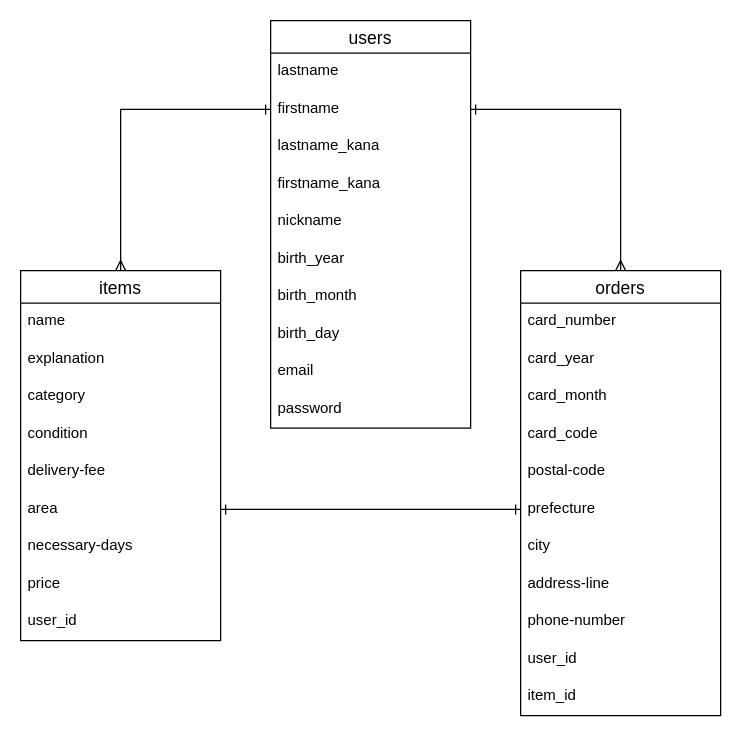
Above: ER.dio in masaki511/furima-31545 (draw.io), before the change. Source tidied: cells renumbered, new cells numbered last; positions are measured from the earlier drawing's top-left corner, leaving out a move shared by most shapes. Both pictures are drawn from the tidied source at 125%, with x=0, y=0 at pixel (20, 20).
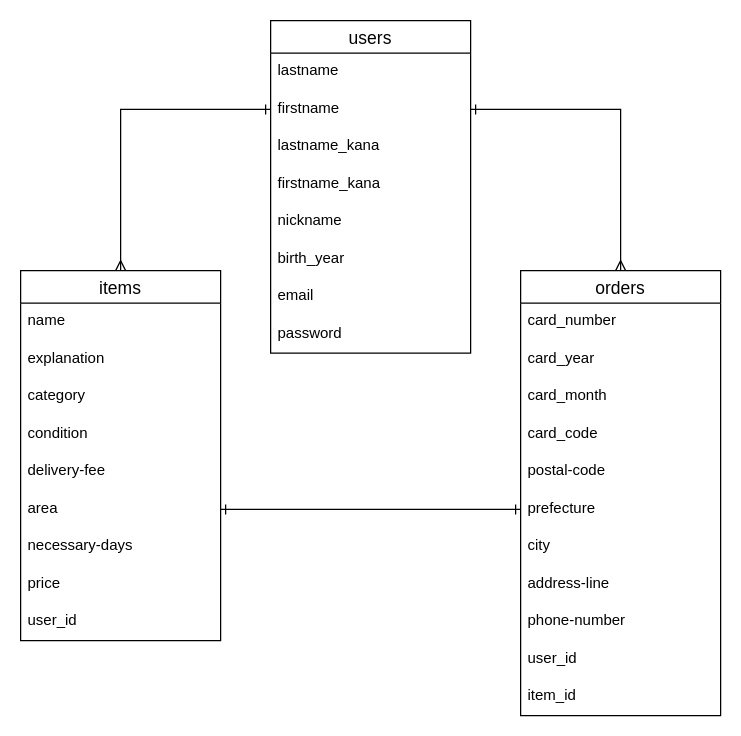
The same page after the edit.

Commit message (it also covers changes not shown here):
データベース設計の修正_生年月日

Diff of the diagram source:
```diff
@@
     <mxCell id="2" value="users" style="swimlane;fontStyle=0;horizontal=1;startSize=26;align=center;fontSize=14;" parent="1" vertex="1">
-      <mxGeometry x="200" width="160" height="326" as="geometry" />
+      <mxGeometry x="200" width="160" height="266" as="geometry" />
     </mxCell>
@@
-    <mxCell id="9" value="birth_month" style="text;strokeColor=none;fillColor=none;spacingLeft=4;spacingRight=4;overflow=hidden;fontSize=12;" parent="2" vertex="1">
-      <mxGeometry y="206" width="160" height="30" as="geometry" />
-    </mxCell>
-    <mxCell id="10" value="birth_day" style="text;strokeColor=none;fillColor=none;spacingLeft=4;spacingRight=4;overflow=hidden;fontSize=12;" parent="2" vertex="1">
-      <mxGeometry y="236" width="160" height="30" as="geometry" />
-    </mxCell>
     <mxCell id="11" value="email" style="text;strokeColor=none;fillColor=none;spacingLeft=4;spacingRight=4;overflow=hidden;fontSize=12;" parent="2" vertex="1">
-      <mxGeometry y="266" width="160" height="30" as="geometry" />
+      <mxGeometry y="206" width="160" height="30" as="geometry" />
     </mxCell>
     <mxCell id="12" value="password" style="text;strokeColor=none;fillColor=none;spacingLeft=4;spacingRight=4;overflow=hidden;fontSize=12;" parent="2" vertex="1">
-      <mxGeometry y="296" width="160" height="30" as="geometry" />
+      <mxGeometry y="236" width="160" height="30" as="geometry" />
     </mxCell>
```
